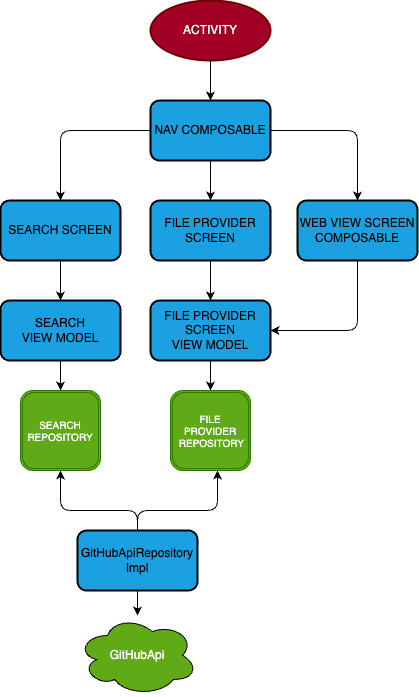
This is pictures/DepGraph.drawio.png from DanilAtyukov-dev/GitHubSearchClient, a draw.io export, as it was before one commit. Source tidied: cells renumbered, new cells last; positions are measured from the earlier drawing's top-left corner, leaving out a move shared by most shapes. The source it was exported from:
```xml
<mxGraphModel background="#FFFFFF">
  <root>
    <mxCell id="0" />
    <mxCell id="1" parent="0" />
    <mxCell id="2" style="edgeStyle=none;html=1;exitX=0;exitY=0.5;exitDx=0;exitDy=0;entryX=0.5;entryY=0;entryDx=0;entryDy=0;fontSize=12;" parent="1" edge="1" source="5" target="7">
      <mxGeometry relative="1" as="geometry">
        <Array as="points">
          <mxPoint x="60" y="130" />
        </Array>
      </mxGeometry>
    </mxCell>
    <mxCell id="3" style="edgeStyle=none;html=1;exitX=1;exitY=0.5;exitDx=0;exitDy=0;fontSize=10;entryX=0.5;entryY=0;entryDx=0;entryDy=0;" parent="1" edge="1" source="5" target="11">
      <mxGeometry relative="1" as="geometry">
        <Array as="points">
          <mxPoint x="357" y="130" />
        </Array>
      </mxGeometry>
    </mxCell>
    <mxCell id="4" style="edgeStyle=none;html=1;exitX=0.5;exitY=1;exitDx=0;exitDy=0;entryX=0.5;entryY=0;entryDx=0;entryDy=0;" parent="1" edge="1" source="5" target="20">
      <mxGeometry relative="1" as="geometry">
        <Array as="points">
          <mxPoint x="210" y="174" />
        </Array>
      </mxGeometry>
    </mxCell>
    <mxCell id="5" value="NAV COMPOSABLE" style="rounded=1;whiteSpace=wrap;html=1;strokeWidth=2;fillWeight=4;hachureGap=8;hachureAngle=45;fillColor=#1ba1e2;shadow=0;fillStyle=solid;strokeColor=default;" parent="1" vertex="1">
      <mxGeometry x="150" y="100" width="120" height="60" as="geometry" />
    </mxCell>
    <mxCell id="6" style="edgeStyle=none;html=1;exitX=0.5;exitY=1;exitDx=0;exitDy=0;entryX=0.5;entryY=0;entryDx=0;entryDy=0;fontSize=12;" parent="1" edge="1" source="7" target="13">
      <mxGeometry relative="1" as="geometry" />
    </mxCell>
    <mxCell id="7" value="SEARCH SCREEN" style="rounded=1;whiteSpace=wrap;html=1;strokeWidth=2;fillWeight=4;hachureGap=8;hachureAngle=45;fillColor=#1ba1e2;shadow=0;fillStyle=solid;strokeColor=default;" parent="1" vertex="1">
      <mxGeometry y="200" width="120" height="60" as="geometry" />
    </mxCell>
    <mxCell id="8" style="edgeStyle=none;html=1;exitX=0.5;exitY=1;exitDx=0;exitDy=0;entryX=0.5;entryY=0;entryDx=0;entryDy=0;fontSize=12;" parent="1" edge="1" source="9" target="5">
      <mxGeometry relative="1" as="geometry" />
    </mxCell>
    <mxCell id="9" value="ACTIVITY" style="ellipse;whiteSpace=wrap;html=1;strokeWidth=2;fillWeight=2;hachureGap=8;fillColor=#a20025;fillStyle=solid;shadow=0;strokeColor=#6F0000;fontColor=#ffffff;" parent="1" vertex="1">
      <mxGeometry x="150" width="120" height="60" as="geometry" />
    </mxCell>
    <mxCell id="10" style="edgeStyle=none;html=1;exitX=0.5;exitY=1;exitDx=0;exitDy=0;entryX=1;entryY=0.5;entryDx=0;entryDy=0;fontSize=10;" parent="1" edge="1" source="11" target="22">
      <mxGeometry relative="1" as="geometry">
        <Array as="points">
          <mxPoint x="357" y="330" />
        </Array>
      </mxGeometry>
    </mxCell>
    <mxCell id="11" value="WEB VIEW SCREEN COMPOSABLE" style="rounded=1;whiteSpace=wrap;html=1;strokeWidth=2;fillWeight=4;hachureGap=8;hachureAngle=45;fillColor=#1ba1e2;shadow=0;fillStyle=solid;strokeColor=default;" parent="1" vertex="1">
      <mxGeometry x="297" y="200" width="120" height="60" as="geometry" />
    </mxCell>
    <mxCell id="12" style="edgeStyle=none;html=1;exitX=0.5;exitY=1;exitDx=0;exitDy=0;entryX=0.5;entryY=0;entryDx=0;entryDy=0;fontSize=10;" parent="1" edge="1" source="13" target="23">
      <mxGeometry relative="1" as="geometry" />
    </mxCell>
    <mxCell id="13" value="SEARCH&lt;br&gt;VIEW MODEL" style="rounded=1;whiteSpace=wrap;html=1;strokeWidth=2;fillWeight=4;hachureGap=8;hachureAngle=45;fillColor=#1ba1e2;shadow=0;glass=0;fillStyle=solid;strokeColor=default;" parent="1" vertex="1">
      <mxGeometry y="300" width="120" height="60" as="geometry" />
    </mxCell>
    <mxCell id="14" style="edgeStyle=none;html=1;exitX=0.5;exitY=1;exitDx=0;exitDy=0;fontSize=12;" parent="1" edge="1" source="17" target="18">
      <mxGeometry relative="1" as="geometry" />
    </mxCell>
    <mxCell id="15" style="edgeStyle=none;html=1;exitX=0.5;exitY=0;exitDx=0;exitDy=0;entryX=0.5;entryY=1;entryDx=0;entryDy=0;fontSize=10;" parent="1" edge="1">
      <mxGeometry relative="1" as="geometry">
        <mxPoint x="137" y="530" as="sourcePoint" />
        <mxPoint x="217" y="470" as="targetPoint" />
        <Array as="points">
          <mxPoint x="137" y="510" />
          <mxPoint x="217" y="510" />
        </Array>
      </mxGeometry>
    </mxCell>
    <mxCell id="16" style="edgeStyle=none;html=1;exitX=0.5;exitY=0;exitDx=0;exitDy=0;entryX=0.5;entryY=1;entryDx=0;entryDy=0;fontSize=10;" parent="1" edge="1" source="17" target="23">
      <mxGeometry relative="1" as="geometry">
        <Array as="points">
          <mxPoint x="137" y="510" />
          <mxPoint x="60" y="510" />
        </Array>
      </mxGeometry>
    </mxCell>
    <mxCell id="17" value="&lt;span style=&quot;font-size: 12px;&quot;&gt;GitHubApiRepository&lt;br&gt;Impl&lt;br&gt;&lt;/span&gt;" style="rounded=1;whiteSpace=wrap;html=1;strokeWidth=2;fillWeight=4;hachureGap=8;hachureAngle=45;fillColor=#1ba1e2;shadow=0;glass=0;fillStyle=solid;strokeColor=default;fontSize=10;" parent="1" vertex="1">
      <mxGeometry x="77" y="530" width="120" height="60" as="geometry" />
    </mxCell>
    <mxCell id="18" value="GitHubApi" style="ellipse;shape=cloud;whiteSpace=wrap;html=1;rounded=1;shadow=0;glass=0;fillStyle=solid;strokeColor=default;fontSize=12;fillColor=#60a917;fontColor=#ffffff;" parent="1" vertex="1">
      <mxGeometry x="77" y="615" width="120" height="80" as="geometry" />
    </mxCell>
    <mxCell id="19" style="edgeStyle=none;html=1;exitX=0.5;exitY=1;exitDx=0;exitDy=0;entryX=0.5;entryY=0;entryDx=0;entryDy=0;fontSize=10;" parent="1" edge="1" source="20" target="22">
      <mxGeometry relative="1" as="geometry" />
    </mxCell>
    <mxCell id="20" value="FILE PROVIDER&lt;br&gt;SCREEN" style="rounded=1;whiteSpace=wrap;html=1;strokeWidth=2;fillWeight=4;hachureGap=8;hachureAngle=45;fillColor=#1ba1e2;shadow=0;fillStyle=solid;strokeColor=default;" parent="1" vertex="1">
      <mxGeometry x="150" y="200" width="120" height="60" as="geometry" />
    </mxCell>
    <mxCell id="21" style="edgeStyle=none;html=1;exitX=0.5;exitY=1;exitDx=0;exitDy=0;fontSize=10;" parent="1" edge="1" source="22" target="24">
      <mxGeometry relative="1" as="geometry" />
    </mxCell>
    <mxCell id="22" value="FILE PROVIDER SCREEN&lt;br&gt;VIEW MODEL" style="rounded=1;whiteSpace=wrap;html=1;strokeWidth=2;fillWeight=4;hachureGap=8;hachureAngle=45;fillColor=#1ba1e2;shadow=0;glass=0;fillStyle=solid;strokeColor=default;" parent="1" vertex="1">
      <mxGeometry x="150" y="300" width="120" height="60" as="geometry" />
    </mxCell>
    <mxCell id="23" value="SEARCH REPOSITORY" style="shape=ext;double=1;whiteSpace=wrap;html=1;rounded=1;shadow=0;glass=0;fillStyle=solid;strokeColor=#2D7600;fontSize=10;fillColor=#60a917;fontColor=#ffffff;" parent="1" vertex="1">
      <mxGeometry x="20" y="390" width="80" height="80" as="geometry" />
    </mxCell>
    <mxCell id="24" value="FILE PROVIDER&lt;br&gt;&amp;nbsp;REPOSITORY" style="shape=ext;double=1;whiteSpace=wrap;html=1;rounded=1;shadow=0;glass=0;fillStyle=solid;strokeColor=#2D7600;fontSize=10;fillColor=#60a917;fontColor=#ffffff;" parent="1" vertex="1">
      <mxGeometry x="170" y="390" width="80" height="80" as="geometry" />
    </mxCell>
  </root>
</mxGraphModel>
```
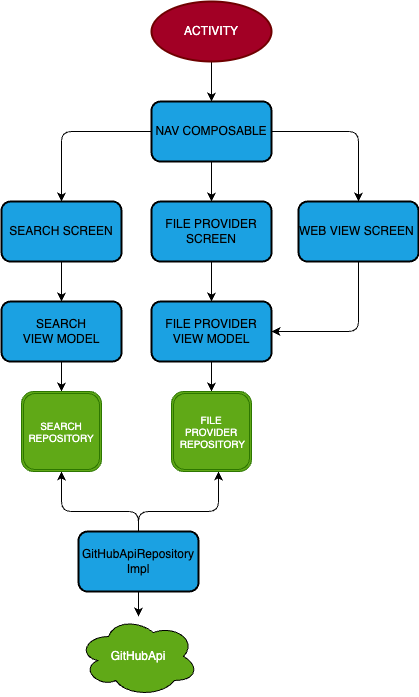
The same file after the commit.

Commit message:
File provider screen.

Diff of the diagram source:
```diff
@@ -45,7 +45,7 @@
         </Array>
       </mxGeometry>
     </mxCell>
-    <mxCell id="11" value="WEB VIEW SCREEN COMPOSABLE" style="rounded=1;whiteSpace=wrap;html=1;strokeWidth=2;fillWeight=4;hachureGap=8;hachureAngle=45;fillColor=#1ba1e2;shadow=0;fillStyle=solid;strokeColor=default;" parent="1" vertex="1">
+    <mxCell id="11" value="WEB VIEW SCREEN&amp;nbsp;" style="rounded=1;whiteSpace=wrap;html=1;strokeWidth=2;fillWeight=4;hachureGap=8;hachureAngle=45;fillColor=#1ba1e2;shadow=0;fillStyle=solid;strokeColor=default;" parent="1" vertex="1">
       <mxGeometry x="297" y="200" width="120" height="60" as="geometry" />
     </mxCell>
     <mxCell id="12" style="edgeStyle=none;html=1;exitX=0.5;exitY=1;exitDx=0;exitDy=0;entryX=0.5;entryY=0;entryDx=0;entryDy=0;fontSize=10;" parent="1" edge="1" source="13" target="23">
@@ -90,7 +90,7 @@
     <mxCell id="21" style="edgeStyle=none;html=1;exitX=0.5;exitY=1;exitDx=0;exitDy=0;fontSize=10;" parent="1" edge="1" source="22" target="24">
       <mxGeometry relative="1" as="geometry" />
     </mxCell>
-    <mxCell id="22" value="FILE PROVIDER SCREEN&lt;br&gt;VIEW MODEL" style="rounded=1;whiteSpace=wrap;html=1;strokeWidth=2;fillWeight=4;hachureGap=8;hachureAngle=45;fillColor=#1ba1e2;shadow=0;glass=0;fillStyle=solid;strokeColor=default;" parent="1" vertex="1">
+    <mxCell id="22" value="FILE PROVIDER&lt;br&gt;VIEW MODEL" style="rounded=1;whiteSpace=wrap;html=1;strokeWidth=2;fillWeight=4;hachureGap=8;hachureAngle=45;fillColor=#1ba1e2;shadow=0;glass=0;fillStyle=solid;strokeColor=default;" parent="1" vertex="1">
       <mxGeometry x="150" y="300" width="120" height="60" as="geometry" />
     </mxCell>
     <mxCell id="23" value="SEARCH REPOSITORY" style="shape=ext;double=1;whiteSpace=wrap;html=1;rounded=1;shadow=0;glass=0;fillStyle=solid;strokeColor=#2D7600;fontSize=10;fillColor=#60a917;fontColor=#ffffff;" parent="1" vertex="1">
```
